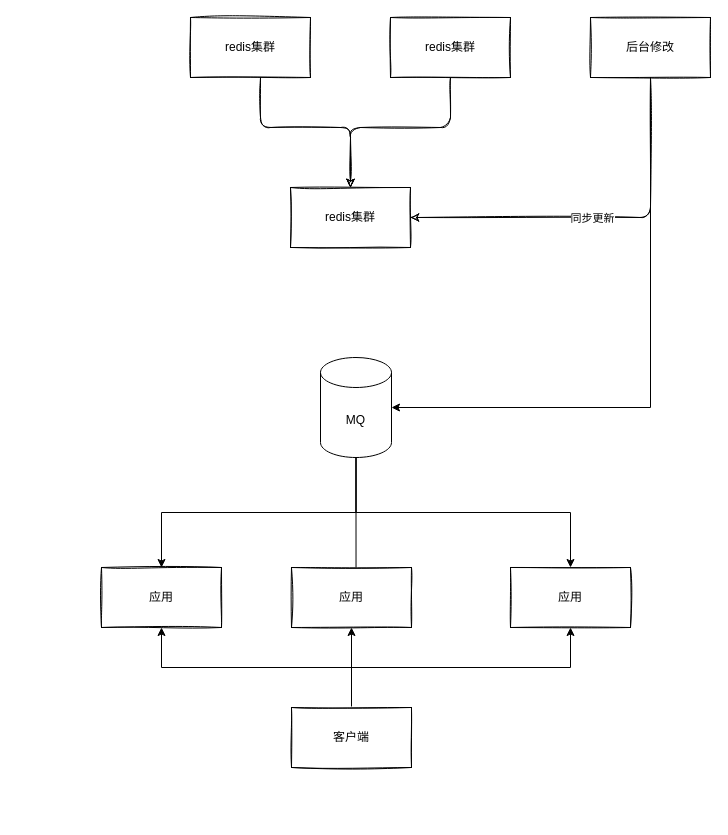
Above: drawio/s-深入分布式缓存.从原理到实现/reids数据消息通知同步方案.drawio in agmtopy/noteBook (draw.io), before the change. Source tidied: cells renumbered, new cells numbered last; positions are measured from the earlier drawing's top-left corner, leaving out a move shared by most shapes. Both pictures are drawn from the tidied source at 100%, with x=0, y=0 at pixel (101, 17).
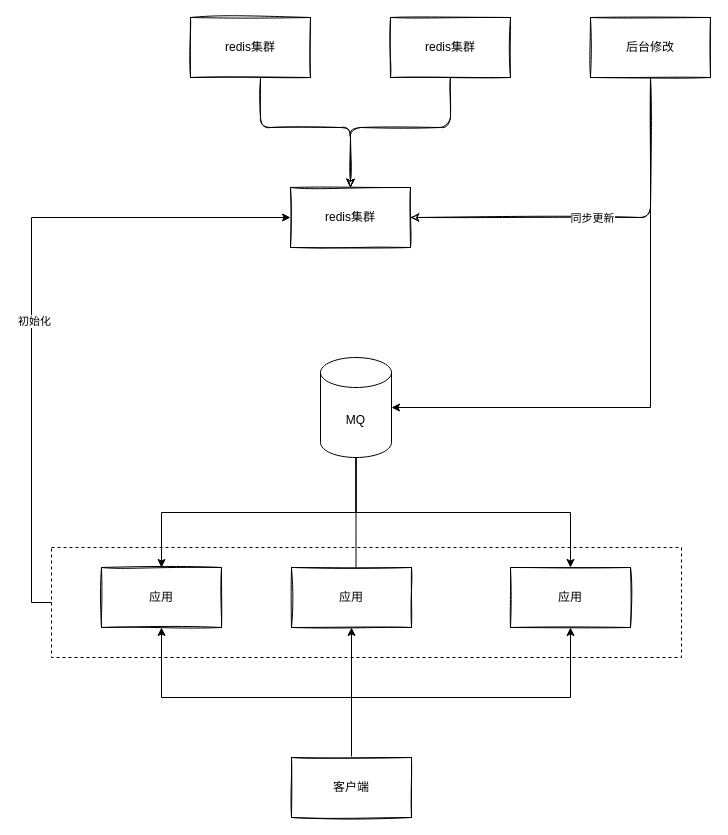
Above is the later version.

Commit message (it also covers changes not shown here):
更新reids数据消息通知同步方案.drawio

Unchanged cells that the change refers to:
```xml
<mxCell id="6" value="redis集群" style="rounded=0;whiteSpace=wrap;html=1;sketch=1;" parent="1" vertex="1">
  <mxGeometry x="189" y="170" width="120" height="60" as="geometry" />
</mxCell>
<mxCell id="15" value="应用" style="whiteSpace=wrap;html=1;rounded=0;sketch=1;" parent="1" vertex="1">
  <mxGeometry y="550" width="120" height="60" as="geometry" />
</mxCell>
<mxCell id="17" value="&lt;span&gt;应用&lt;/span&gt;" style="whiteSpace=wrap;html=1;rounded=0;sketch=1;" parent="1" vertex="1">
  <mxGeometry x="409" y="550" width="120" height="60" as="geometry" />
</mxCell>
```

What changed in the source:
```diff
@@
+    <mxCell id="22" style="rounded=0;whiteSpace=wrap;html=1;dashed=1;" parent="1" vertex="1">
+      <mxGeometry x="-50" y="530" width="630" height="110" as="geometry" />
+    </mxCell>
@@
+    <mxCell id="23" style="edgeStyle=orthogonalEdgeStyle;rounded=0;jettySize=auto;html=1;entryX=0;entryY=0.5;entryDx=0;entryDy=0;exitX=0;exitY=0.5;exitDx=0;exitDy=0;" parent="1" edge="1" source="22" target="6">
+      <mxGeometry relative="1" as="geometry" />
+    </mxCell>
+    <mxCell id="24" value="初始化" style="edgeLabel;html=1;align=center;verticalAlign=middle;" parent="23" vertex="1">
+      <mxGeometry x="-0.09" y="-2" relative="1" as="geometry" />
+    </mxCell>
@@
     <mxCell id="18" style="edgeStyle=orthogonalEdgeStyle;rounded=0;jettySize=auto;html=1;entryX=0.5;entryY=1;entryDx=0;entryDy=0;exitX=0.5;exitY=0;exitDx=0;exitDy=0;" parent="1" edge="1" source="21" target="15">
-      <mxGeometry relative="1" as="geometry" />
+      <mxGeometry relative="1" as="geometry">
+        <Array as="points">
+          <mxPoint x="250" y="680" />
+          <mxPoint x="60" y="680" />
+        </Array>
+      </mxGeometry>
     </mxCell>
@@
     <mxCell id="20" style="edgeStyle=orthogonalEdgeStyle;rounded=0;jettySize=auto;html=1;entryX=0.5;entryY=1;entryDx=0;entryDy=0;exitX=0.5;exitY=0;exitDx=0;exitDy=0;" parent="1" edge="1" source="21" target="17">
-      <mxGeometry relative="1" as="geometry" />
+      <mxGeometry relative="1" as="geometry">
+        <Array as="points">
+          <mxPoint x="250" y="680" />
+          <mxPoint x="469" y="680" />
+        </Array>
+      </mxGeometry>
     </mxCell>
     <mxCell id="21" value="&lt;span&gt;客户端&lt;/span&gt;" style="whiteSpace=wrap;html=1;rounded=0;sketch=1;" parent="1" vertex="1">
-      <mxGeometry x="190" y="690" width="120" height="60" as="geometry" />
+      <mxGeometry x="190" y="740" width="120" height="60" as="geometry" />
     </mxCell>
```
